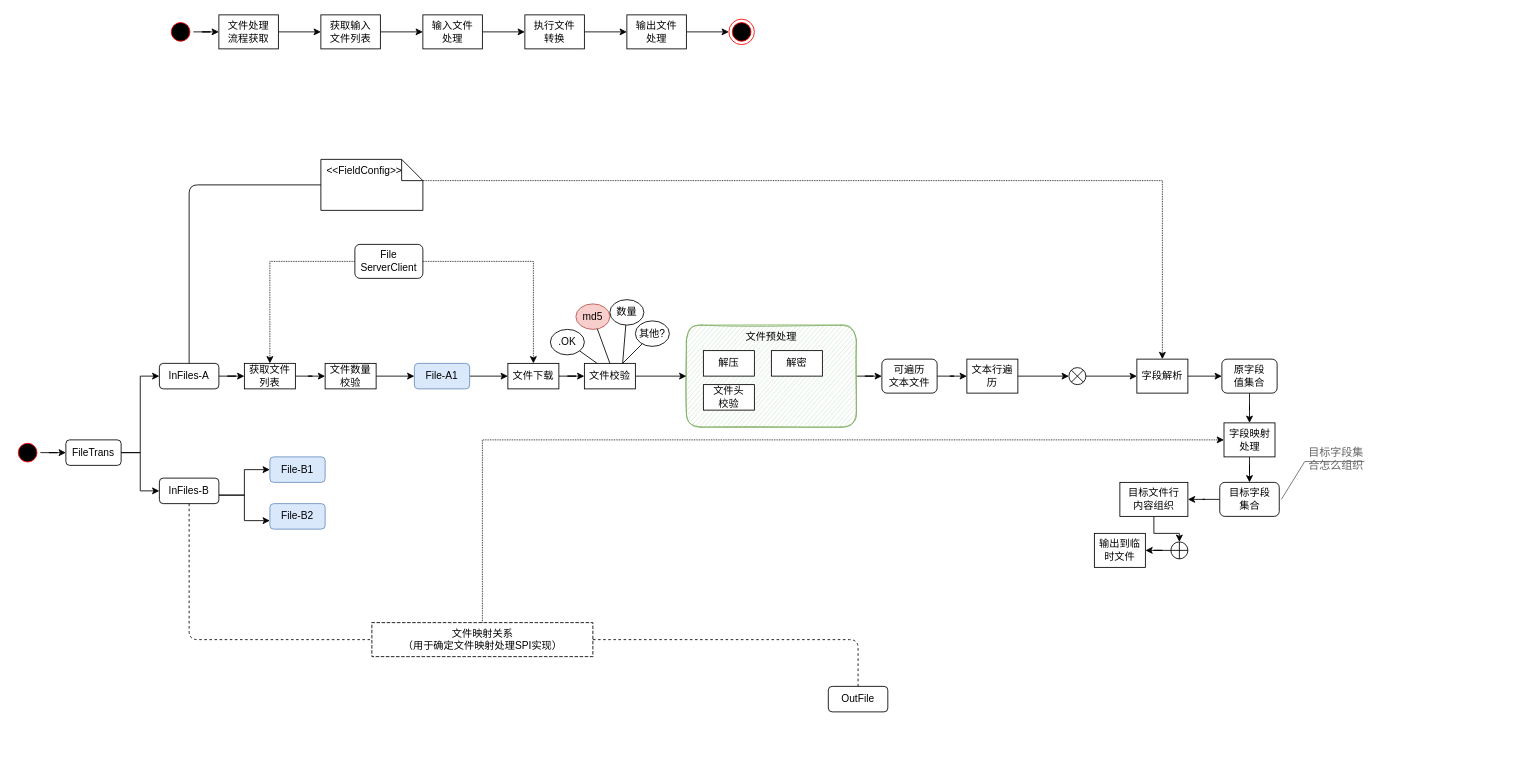
This is page "Page-4" (4 of 7) of diagrams.net/DDDtest.drawio from ZhengweiHou/simplegit, a draw.io file, before an edit. Source tidied: cells renumbered, new cells numbered last; positions are measured from the earlier drawing's top-left corner, leaving out a move shared by most shapes. Both pictures are drawn from the tidied source at 85%, with x=0, y=0 at pixel (14, 14).
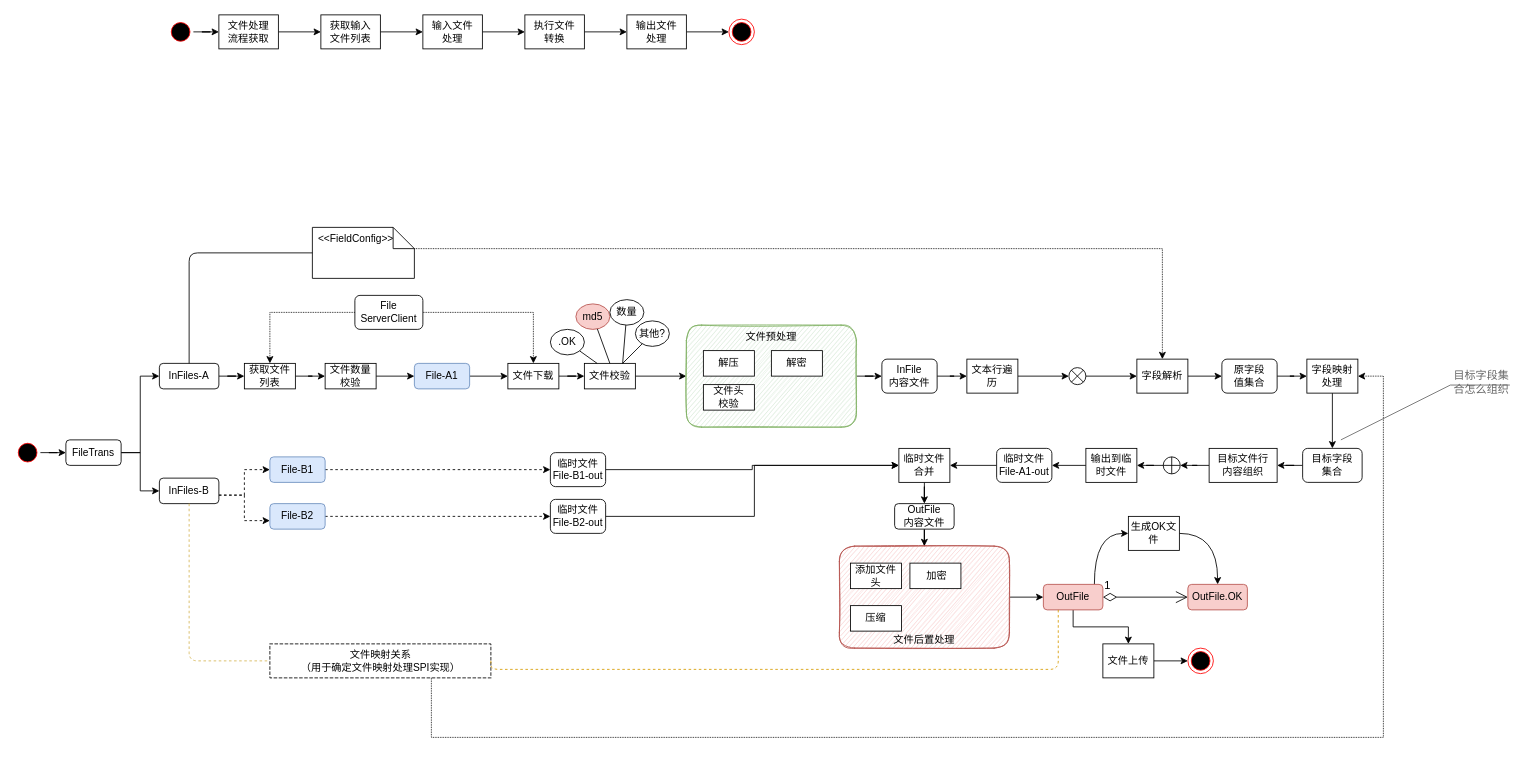
The same diagram, later.

The change refers to these unchanged cells:
```xml
<mxCell id="27" value="InFiles-B" style="rounded=1;whiteSpace=wrap;html=1;" parent="4" vertex="1">
  <mxGeometry x="170" y="545" width="70" height="30" as="geometry" />
</mxCell>
<mxCell id="30" value="&lt;div&gt;File-B2&lt;/div&gt;" style="rounded=1;whiteSpace=wrap;html=1;fillColor=#dae8fc;strokeColor=#6c8ebf;" parent="4" vertex="1">
  <mxGeometry x="300" y="575" width="65" height="30" as="geometry" />
</mxCell>
<mxCell id="31" value="&lt;div&gt;File-B1&lt;/div&gt;" style="rounded=1;whiteSpace=wrap;html=1;fillColor=#dae8fc;strokeColor=#6c8ebf;" parent="4" vertex="1">
  <mxGeometry x="300" y="520" width="65" height="30" as="geometry" />
</mxCell>
<mxCell id="42" value="文件校验" style="rounded=0;whiteSpace=wrap;html=1;" parent="4" vertex="1">
  <mxGeometry x="670" y="410" width="60" height="30" as="geometry" />
</mxCell>
```

The edit, as a diff of the source:
```diff
@@
-    <mxCell id="1" parent="0" />
-    <mxCell id="2" style="edgeStyle=orthogonalEdgeStyle;rounded=0;jettySize=auto;html=1;" parent="1" edge="1" source="3" target="59">
-      <mxGeometry relative="1" as="geometry" />
-    </mxCell>
-    <mxCell id="3" value="&lt;div&gt;文件预处理&lt;br&gt;&lt;/div&gt;" style="rounded=1;whiteSpace=wrap;html=1;fillColor=#d5e8d4;strokeColor=#82b366;align=center;verticalAlign=top;glass=0;shadow=0;sketch=1;" parent="1" vertex="1">
-      <mxGeometry x="790" y="365" width="200" height="120" as="geometry" />
-    </mxCell>
@@
-    <mxCell id="24" style="edgeStyle=orthogonalEdgeStyle;rounded=0;jettySize=auto;html=1;" parent="4" edge="1" source="27" target="30">
+    <mxCell id="24" style="edgeStyle=orthogonalEdgeStyle;rounded=0;jettySize=auto;html=1;dashed=1;" parent="4" edge="1" source="27" target="30">
       <mxGeometry relative="1" as="geometry">
         <Array as="points">
           <mxPoint x="270" y="565" />
           <mxPoint x="270" y="595" />
         </Array>
       </mxGeometry>
     </mxCell>
@@
-    <mxCell id="26" style="edgeStyle=orthogonalEdgeStyle;rounded=0;jettySize=auto;html=1;" parent="4" edge="1" source="27" target="31">
+    <mxCell id="26" style="edgeStyle=orthogonalEdgeStyle;rounded=0;jettySize=auto;html=1;dashed=1;" parent="4" edge="1" source="27" target="31">
       <mxGeometry relative="1" as="geometry">
         <Array as="points">
           <mxPoint x="270" y="565" />
           <mxPoint x="270" y="535" />
           <mxPoint x="310" y="535" />
           <mxPoint x="310" y="530" />
         </Array>
       </mxGeometry>
     </mxCell>
@@
+    <mxCell id="83" style="edgeStyle=orthogonalEdgeStyle;rounded=0;jettySize=auto;html=1;dashed=1;fontSize=13;" parent="4" edge="1" source="30" target="95">
+      <mxGeometry relative="1" as="geometry" />
+    </mxCell>
@@
+    <mxCell id="84" style="edgeStyle=orthogonalEdgeStyle;rounded=0;jettySize=auto;html=1;fontSize=13;dashed=1;" parent="4" edge="1" source="31" target="93">
+      <mxGeometry relative="1" as="geometry" />
+    </mxCell>
@@
+    <mxCell id="85" style="edgeStyle=orthogonalEdgeStyle;rounded=0;jettySize=auto;html=1;fontSize=13;curved=1;" parent="4" edge="1" source="32" target="99">
+      <mxGeometry relative="1" as="geometry">
+        <Array as="points">
+          <mxPoint x="1270" y="610" />
+        </Array>
+      </mxGeometry>
+    </mxCell>
+    <mxCell id="86" style="edgeStyle=orthogonalEdgeStyle;rounded=0;jettySize=auto;html=1;fontSize=13;" parent="4" edge="1" source="32" target="103">
+      <mxGeometry relative="1" as="geometry" />
+    </mxCell>
-    <mxCell id="32" value="OutFile" style="rounded=1;whiteSpace=wrap;html=1;" parent="4" vertex="1">
-      <mxGeometry x="957" y="790" width="70" height="30" as="geometry" />
+    <mxCell id="32" value="OutFile" style="rounded=1;whiteSpace=wrap;html=1;fillColor=#f8cecc;strokeColor=#b85450;" parent="4" vertex="1">
+      <mxGeometry x="1210" y="670" width="70" height="30" as="geometry" />
     </mxCell>
     <mxCell id="33" value="&lt;div&gt;文件映射关系&lt;/div&gt;&lt;div&gt;（用于确定文件映射处理SPI实现）&lt;/div&gt;" style="shape=partialRectangle;html=1;top=1;align=center;dashed=1;" parent="4" vertex="1">
-      <mxGeometry x="420" y="715" width="260" height="40" as="geometry" />
+      <mxGeometry x="300" y="740" width="260" height="40" as="geometry" />
     </mxCell>
-    <mxCell id="34" style="endArrow=none;dashed=1;html=1;entryX=0;entryY=0.5;entryDx=0;entryDy=0;edgeStyle=orthogonalEdgeStyle;" parent="4" edge="1" source="27" target="33">
+    <mxCell id="34" style="endArrow=none;dashed=1;html=1;entryX=0;entryY=0.5;entryDx=0;entryDy=0;edgeStyle=orthogonalEdgeStyle;fillColor=#fff2cc;strokeColor=#d6b656;" parent="4" edge="1" source="27" target="33">
       <mxGeometry relative="1" as="geometry">
         <Array as="points">
-          <mxPoint x="205" y="735" />
+          <mxPoint x="205" y="760" />
         </Array>
       </mxGeometry>
     </mxCell>
-    <mxCell id="35" style="endArrow=none;dashed=1;html=1;entryX=1;entryY=0.5;entryDx=0;entryDy=0;edgeStyle=orthogonalEdgeStyle;" parent="4" edge="1" source="32" target="33">
+    <mxCell id="35" style="endArrow=none;dashed=1;html=1;entryX=1;entryY=0.5;entryDx=0;entryDy=0;edgeStyle=orthogonalEdgeStyle;exitX=0.25;exitY=1;exitDx=0;exitDy=0;fillColor=#ffe6cc;strokeColor=#d79b00;" parent="4" edge="1" source="32" target="33">
       <mxGeometry relative="1" as="geometry">
         <Array as="points">
-          <mxPoint x="680" y="735" />
+          <mxPoint x="1228" y="770" />
+          <mxPoint x="560" y="770" />
         </Array>
       </mxGeometry>
     </mxCell>
@@
     <mxCell id="38" value="&lt;div&gt;File&lt;/div&gt;&lt;div&gt;ServerClient&lt;/div&gt;" style="rounded=1;whiteSpace=wrap;html=1;" parent="4" vertex="1">
-      <mxGeometry x="400" y="270" width="80" height="40" as="geometry" />
+      <mxGeometry x="400" y="330" width="80" height="40" as="geometry" />
     </mxCell>
@@
-    <mxCell id="41" style="edgeStyle=orthogonalEdgeStyle;rounded=0;jettySize=auto;html=1;" parent="4" edge="1" source="42" target="3">
+    <mxCell id="41" style="edgeStyle=orthogonalEdgeStyle;rounded=0;jettySize=auto;html=1;fontSize=13;" parent="4" edge="1" source="42" target="3">
       <mxGeometry relative="1" as="geometry" />
     </mxCell>
@@
-    <mxCell id="49" value="解密" style="rounded=0;whiteSpace=wrap;html=1;" parent="4" vertex="1">
-      <mxGeometry x="890" y="395" width="60" height="30" as="geometry" />
-    </mxCell>
-    <mxCell id="50" value="&lt;div&gt;文件头&lt;/div&gt;&lt;div&gt;校验&lt;/div&gt;" style="rounded=0;whiteSpace=wrap;html=1;" parent="4" vertex="1">
-      <mxGeometry x="810" y="435" width="60" height="30" as="geometry" />
-    </mxCell>
-    <mxCell id="51" value="解压" style="rounded=0;whiteSpace=wrap;html=1;" parent="4" vertex="1">
-      <mxGeometry x="810" y="395" width="60" height="30" as="geometry" />
-    </mxCell>
@@
-    <mxCell id="59" value="&lt;div&gt;可遍历&lt;/div&gt;&lt;div&gt;文本文件&lt;/div&gt;" style="rounded=1;whiteSpace=wrap;html=1;" parent="4" vertex="1">
+    <mxCell id="59" value="&lt;div&gt;InFile&lt;br&gt;&lt;/div&gt;&lt;div&gt;内容文件&lt;/div&gt;" style="rounded=1;whiteSpace=wrap;html=1;" parent="4" vertex="1">
       <mxGeometry x="1020" y="405" width="65" height="40" as="geometry" />
     </mxCell>
     <mxCell id="60" style="shape=note2;boundedLbl=1;whiteSpace=wrap;html=1;size=25;verticalAlign=top;align=center;rounded=1;shadow=0;glass=0;sketch=0;fillColor=none;gradientColor=none;" parent="4" vertex="1">
-      <mxGeometry x="360" y="170" width="120" height="60" as="geometry" />
+      <mxGeometry x="350" y="250" width="120" height="60" as="geometry" />
     </mxCell>
@@
     <mxCell id="71" value="字段映射处理" style="rounded=0;whiteSpace=wrap;html=1;" parent="4" vertex="1">
-      <mxGeometry x="1422.5" y="480" width="60" height="40" as="geometry" />
+      <mxGeometry x="1520" y="405" width="60" height="40" as="geometry" />
     </mxCell>
-    <mxCell id="72" style="edgeStyle=orthogonalEdgeStyle;rounded=0;jettySize=auto;html=1;dashed=1;dashPattern=1 1;entryX=0;entryY=0.5;entryDx=0;entryDy=0;exitX=0.5;exitY=0;exitDx=0;exitDy=0;" parent="4" edge="1" source="33" target="71">
+    <mxCell id="72" style="edgeStyle=orthogonalEdgeStyle;rounded=0;jettySize=auto;html=1;dashed=1;dashPattern=1 1;" parent="4" edge="1" source="33" target="71">
       <mxGeometry relative="1" as="geometry">
         <Array as="points">
-          <mxPoint x="550" y="500" />
+          <mxPoint x="490" y="850" />
+          <mxPoint x="1610" y="850" />
+          <mxPoint x="1610" y="425" />
         </Array>
       </mxGeometry>
     </mxCell>
@@
     <mxCell id="74" value="&lt;div&gt;目标字段&lt;/div&gt;&lt;div&gt;集合&lt;/div&gt;" style="rounded=1;whiteSpace=wrap;html=1;" parent="4" vertex="1">
-      <mxGeometry x="1417.5" y="550" width="70" height="40" as="geometry" />
+      <mxGeometry x="1515" y="510" width="70" height="40" as="geometry" />
     </mxCell>
     <mxCell id="75" value="&lt;div style=&quot;font-size: 13px;&quot;&gt;目标字段集&lt;/div&gt;&lt;div style=&quot;font-size: 13px;&quot;&gt;合怎么组织&lt;/div&gt;" style="strokeWidth=1;shadow=0;dashed=0;align=left;html=1;shape=mxgraph.mockup.text.callout;linkText=;textSize=17;textColor=#666666;callDir=NE;callStyle=line;fontSize=13;fontColor=#666666;align=right;verticalAlign=top;strokeColor=#666666;rounded=1;glass=0;sketch=0;fillColor=none;gradientColor=none;horizontal=1;" parent="4" vertex="1">
-      <mxGeometry x="1490" y="500" width="97.5" height="70" as="geometry" />
+      <mxGeometry x="1560" y="410" width="198.8" height="90" as="geometry" />
     </mxCell>
@@
     <mxCell id="79" style="verticalLabelPosition=bottom;verticalAlign=top;html=1;shape=mxgraph.flowchart.summing_function;rounded=1;shadow=0;glass=0;sketch=0;fontSize=13;fillColor=none;gradientColor=none;" parent="4" vertex="1">
-      <mxGeometry x="1360" y="620" width="20" height="20" as="geometry" />
+      <mxGeometry x="1351" y="520" width="20" height="20" as="geometry" />
     </mxCell>
@@
     <mxCell id="81" value="&lt;div&gt;目标文件行&lt;/div&gt;&lt;div&gt;内容组织&lt;/div&gt;" style="rounded=0;whiteSpace=wrap;html=1;" parent="4" vertex="1">
-      <mxGeometry x="1300" y="550" width="80" height="40" as="geometry" />
+      <mxGeometry x="1405" y="510" width="80" height="40" as="geometry" />
     </mxCell>
+    <mxCell id="87" style="edgeStyle=orthogonalEdgeStyle;rounded=0;jettySize=auto;html=1;fontSize=13;" parent="4" edge="1" source="82" target="89">
+      <mxGeometry relative="1" as="geometry" />
+    </mxCell>
     <mxCell id="82" value="输出到临时文件" style="rounded=0;whiteSpace=wrap;html=1;" parent="4" vertex="1">
-      <mxGeometry x="1270" y="610" width="60" height="40" as="geometry" />
+      <mxGeometry x="1260" y="510" width="60" height="40" as="geometry" />
     </mxCell>
+    <mxCell id="88" style="edgeStyle=orthogonalEdgeStyle;rounded=0;jettySize=auto;html=1;fontSize=13;" parent="4" edge="1" source="89" target="91">
+      <mxGeometry relative="1" as="geometry" />
+    </mxCell>
+    <mxCell id="89" value="&lt;div&gt;临时文件&lt;/div&gt;&lt;div&gt;File-A1-out&lt;br&gt;&lt;/div&gt;" style="rounded=1;whiteSpace=wrap;html=1;" parent="4" vertex="1">
+      <mxGeometry x="1155" y="510" width="65" height="40" as="geometry" />
+    </mxCell>
+    <mxCell id="90" style="edgeStyle=orthogonalEdgeStyle;rounded=0;jettySize=auto;html=1;fontSize=13;" parent="4" edge="1" source="91" target="97">
+      <mxGeometry relative="1" as="geometry" />
+    </mxCell>
+    <mxCell id="91" value="临时文件合并" style="rounded=0;whiteSpace=wrap;html=1;" parent="4" vertex="1">
+      <mxGeometry x="1040" y="510" width="60" height="40" as="geometry" />
+    </mxCell>
+    <mxCell id="92" style="edgeStyle=orthogonalEdgeStyle;rounded=0;jettySize=auto;html=1;fontSize=13;" parent="4" edge="1" source="93" target="91">
+      <mxGeometry relative="1" as="geometry" />
+    </mxCell>
+    <mxCell id="93" value="&lt;div&gt;临时文件&lt;/div&gt;&lt;div&gt;File-B1-out&lt;br&gt;&lt;/div&gt;" style="rounded=1;whiteSpace=wrap;html=1;" parent="4" vertex="1">
+      <mxGeometry x="630" y="515" width="65" height="40" as="geometry" />
+    </mxCell>
+    <mxCell id="94" style="edgeStyle=orthogonalEdgeStyle;rounded=0;jettySize=auto;html=1;fontSize=13;" parent="4" edge="1" source="95" target="91">
+      <mxGeometry relative="1" as="geometry">
+        <Array as="points">
+          <mxPoint x="870" y="590" />
+          <mxPoint x="870" y="530" />
+        </Array>
+      </mxGeometry>
+    </mxCell>
+    <mxCell id="95" value="&lt;div&gt;临时文件&lt;/div&gt;&lt;div&gt;File-B2-out&lt;br&gt;&lt;/div&gt;" style="rounded=1;whiteSpace=wrap;html=1;" parent="4" vertex="1">
+      <mxGeometry x="630" y="570" width="65" height="40" as="geometry" />
+    </mxCell>
+    <mxCell id="96" style="edgeStyle=orthogonalEdgeStyle;rounded=0;jettySize=auto;html=1;fontSize=13;" parent="4" edge="1" source="97" target="108">
+      <mxGeometry relative="1" as="geometry" />
+    </mxCell>
+    <mxCell id="97" value="&lt;div&gt;OutFile&lt;/div&gt;内容文件" style="rounded=1;whiteSpace=wrap;html=1;" parent="4" vertex="1">
+      <mxGeometry x="1035" y="575" width="70" height="30" as="geometry" />
+    </mxCell>
+    <mxCell id="98" style="edgeStyle=orthogonalEdgeStyle;rounded=0;jettySize=auto;html=1;fontSize=13;curved=1;" parent="4" edge="1" source="99" target="100">
+      <mxGeometry relative="1" as="geometry" />
+    </mxCell>
+    <mxCell id="99" value="生成OK文件" style="rounded=0;whiteSpace=wrap;html=1;" parent="4" vertex="1">
+      <mxGeometry x="1310" y="590" width="60" height="40" as="geometry" />
+    </mxCell>
+    <mxCell id="100" value="OutFile.OK" style="rounded=1;whiteSpace=wrap;html=1;fillColor=#f8cecc;strokeColor=#b85450;" parent="4" vertex="1">
+      <mxGeometry x="1380" y="670" width="70" height="30" as="geometry" />
+    </mxCell>
+    <mxCell id="101" value="1" style="endArrow=open;html=1;endSize=12;startArrow=diamondThin;startSize=14;startFill=0;edgeStyle=orthogonalEdgeStyle;align=left;verticalAlign=bottom;fontSize=13;exitX=1;exitY=0.5;exitDx=0;exitDy=0;entryX=0;entryY=0.5;entryDx=0;entryDy=0;" parent="4" edge="1" source="32" target="100">
+      <mxGeometry x="-1" y="3" relative="1" as="geometry" />
+    </mxCell>
+    <mxCell id="102" style="edgeStyle=orthogonalEdgeStyle;rounded=0;jettySize=auto;html=1;fontSize=13;" parent="4" edge="1" source="103" target="104">
+      <mxGeometry relative="1" as="geometry" />
+    </mxCell>
+    <mxCell id="103" value="文件上传" style="rounded=0;whiteSpace=wrap;html=1;" parent="4" vertex="1">
+      <mxGeometry x="1280" y="740" width="60" height="40" as="geometry" />
+    </mxCell>
+    <mxCell id="104" style="ellipse;html=1;shape=endState;fillColor=#000000;strokeColor=#ff0000;rounded=1;shadow=0;glass=0;sketch=0;fontSize=13;align=left;verticalAlign=bottom;" parent="4" vertex="1">
+      <mxGeometry x="1380" y="745" width="30" height="30" as="geometry" />
+    </mxCell>
+    <mxCell id="105" style="edgeStyle=orthogonalEdgeStyle;rounded=0;jettySize=auto;html=1;fontSize=13;" parent="4" edge="1" source="108" target="32">
+      <mxGeometry relative="1" as="geometry" />
+    </mxCell>
+    <mxCell id="2" style="edgeStyle=orthogonalEdgeStyle;rounded=0;jettySize=auto;html=1;fontSize=13;" parent="4" edge="1" source="3" target="59">
+      <mxGeometry relative="1" as="geometry" />
+    </mxCell>
+    <mxCell id="106" style="group;" parent="4" vertex="1">
+      <mxGeometry x="790" y="365" width="200" height="120" as="geometry" />
+    </mxCell>
+    <mxCell id="3" value="&lt;div&gt;文件预处理&lt;br&gt;&lt;/div&gt;" style="rounded=1;whiteSpace=wrap;html=1;fillColor=#d5e8d4;strokeColor=#82b366;align=center;verticalAlign=top;glass=0;shadow=0;sketch=1;" parent="106" vertex="1">
+      <mxGeometry width="200" height="120" as="geometry" />
+    </mxCell>
+    <mxCell id="49" value="解密" style="rounded=0;whiteSpace=wrap;html=1;" parent="106" vertex="1">
+      <mxGeometry x="100" y="30" width="60" height="30" as="geometry" />
+    </mxCell>
+    <mxCell id="50" value="&lt;div&gt;文件头&lt;/div&gt;&lt;div&gt;校验&lt;/div&gt;" style="rounded=0;whiteSpace=wrap;html=1;" parent="106" vertex="1">
+      <mxGeometry x="20" y="70" width="60" height="30" as="geometry" />
+    </mxCell>
+    <mxCell id="51" value="解压" style="rounded=0;whiteSpace=wrap;html=1;" parent="106" vertex="1">
+      <mxGeometry x="20" y="30" width="60" height="30" as="geometry" />
+    </mxCell>
+    <mxCell id="107" style="group;" parent="4" vertex="1">
+      <mxGeometry x="970" y="625" width="200" height="120" as="geometry" />
+    </mxCell>
+    <mxCell id="108" value="&lt;div&gt;文件后置处理&lt;br&gt;&lt;/div&gt;" style="rounded=1;whiteSpace=wrap;html=1;fillColor=#f8cecc;strokeColor=#b85450;align=center;verticalAlign=bottom;glass=0;shadow=0;sketch=1;" parent="107" vertex="1">
+      <mxGeometry width="200" height="120" as="geometry" />
+    </mxCell>
+    <mxCell id="109" value="&amp;nbsp;加密" style="rounded=0;whiteSpace=wrap;html=1;" parent="107" vertex="1">
+      <mxGeometry x="83" y="20" width="60" height="30" as="geometry" />
+    </mxCell>
+    <mxCell id="110" value="添加文件头" style="rounded=0;whiteSpace=wrap;html=1;" parent="107" vertex="1">
+      <mxGeometry x="13" y="20" width="60" height="30" as="geometry" />
+    </mxCell>
+    <mxCell id="111" value="压缩" style="rounded=0;whiteSpace=wrap;html=1;" parent="107" vertex="1">
+      <mxGeometry x="13" y="70" width="60" height="30" as="geometry" />
+    </mxCell>
```
